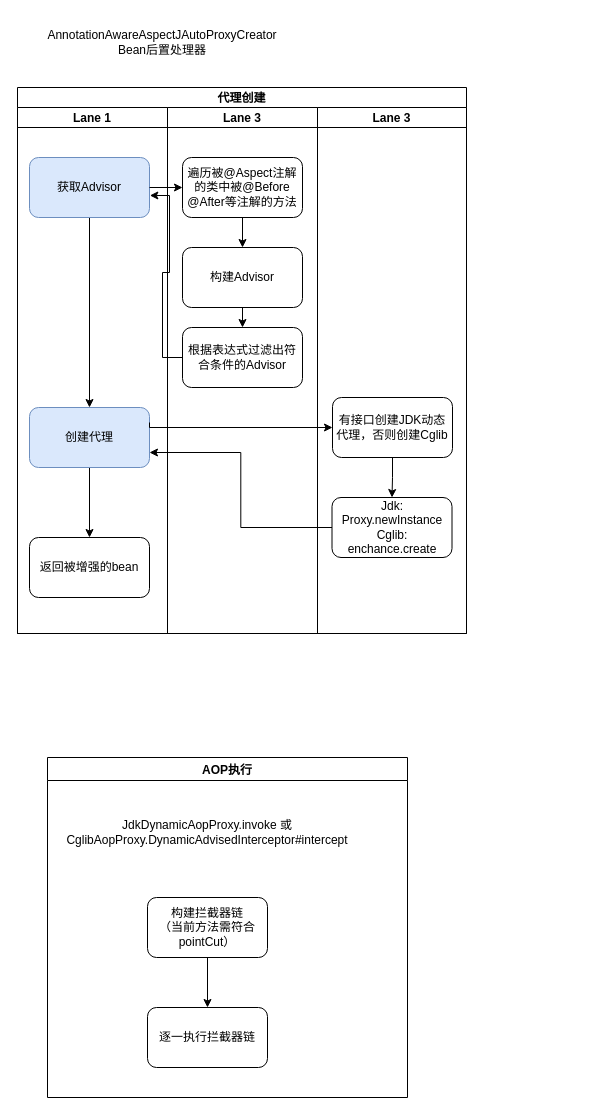
Earlier version of the draw.io diagram page "AOP" (3 of 4) of doc/spring.drawio (zhangkang1521/spring-framework). Source tidied: cells renumbered, new cells numbered last; positions are measured from the earlier drawing's top-left corner, leaving out a move shared by most shapes. Both pictures are drawn from the tidied source at 100%, with x=0, y=0 at pixel (17, 17).
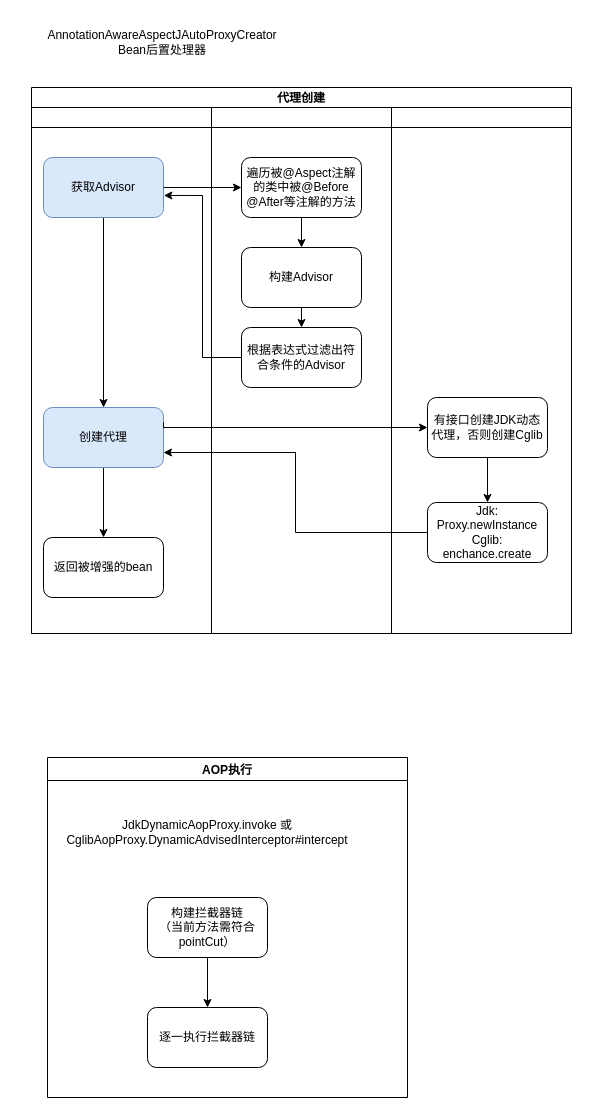
Above is the later version.

What changed in the source:
```diff
@@
     <mxCell id="3" value="代理创建" style="swimlane;startSize=20;" parent="1" vertex="1">
-      <mxGeometry y="70" width="449" height="546" as="geometry" />
+      <mxGeometry x="14" y="70" width="540" height="546" as="geometry" />
     </mxCell>
-    <mxCell id="4" value="Lane 1" style="swimlane;startSize=20;" parent="3" vertex="1">
-      <mxGeometry y="20" width="150" height="526" as="geometry" />
+    <mxCell id="4" style="swimlane;startSize=20;" parent="3" vertex="1">
+      <mxGeometry y="20" width="180" height="526" as="geometry" />
     </mxCell>
@@
-    <mxCell id="10" value="Lane 3" style="swimlane;startSize=20;" parent="3" vertex="1">
-      <mxGeometry x="150" y="20" width="150" height="526" as="geometry" />
+    <mxCell id="10" style="swimlane;startSize=20;" parent="3" vertex="1">
+      <mxGeometry x="180" y="20" width="180" height="526" as="geometry" />
     </mxCell>
@@
     <mxCell id="12" value="构建Advisor" style="rounded=1;whiteSpace=wrap;html=1;" parent="10" vertex="1">
-      <mxGeometry x="15" y="140" width="120" height="60" as="geometry" />
+      <mxGeometry x="30" y="140" width="120" height="60" as="geometry" />
     </mxCell>
     <mxCell id="13" value="根据表达式过滤出符合条件的Advisor" style="rounded=1;whiteSpace=wrap;html=1;" parent="10" vertex="1">
-      <mxGeometry x="15" y="220" width="120" height="60" as="geometry" />
+      <mxGeometry x="30" y="220" width="120" height="60" as="geometry" />
     </mxCell>
@@
     <mxCell id="15" value="&lt;span style=&quot;&quot;&gt;遍历被@Aspect注解的类中被@Before @After等注解的方法&lt;/span&gt;" style="rounded=1;whiteSpace=wrap;html=1;" parent="10" vertex="1">
-      <mxGeometry x="15" y="50" width="120" height="60" as="geometry" />
+      <mxGeometry x="30" y="50" width="120" height="60" as="geometry" />
     </mxCell>
@@
-    <mxCell id="18" value="Lane 3" style="swimlane;startSize=20;" parent="3" vertex="1">
-      <mxGeometry x="300" y="20" width="149" height="526" as="geometry" />
+    <mxCell id="18" style="swimlane;startSize=20;" parent="3" vertex="1">
+      <mxGeometry x="360" y="20" width="180" height="526" as="geometry" />
     </mxCell>
@@
     <mxCell id="20" value="有接口创建JDK动态代理，否则创建Cglib" style="rounded=1;whiteSpace=wrap;html=1;" parent="18" vertex="1">
-      <mxGeometry x="15" y="290" width="120" height="60" as="geometry" />
+      <mxGeometry x="36" y="290" width="120" height="60" as="geometry" />
     </mxCell>
     <mxCell id="21" value="Jdk: Proxy.newInstance&lt;br&gt;Cglib: enchance.create" style="rounded=1;whiteSpace=wrap;html=1;" parent="18" vertex="1">
-      <mxGeometry x="14.5" y="390" width="120" height="60" as="geometry" />
+      <mxGeometry x="36" y="395" width="120" height="60" as="geometry" />
     </mxCell>
```
